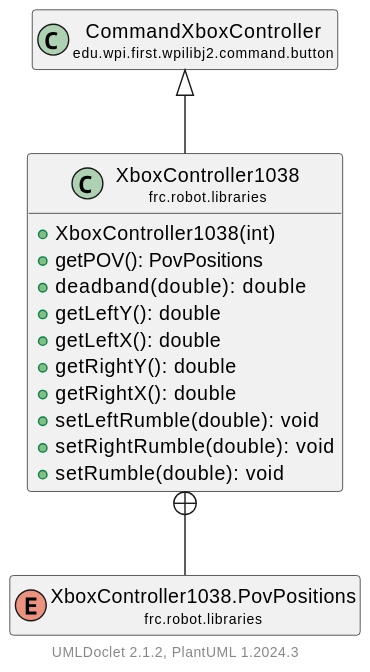
Above: docs/uml/frc/robot/libraries/XboxController1038.svg in LakotaRobotics1038/2026RobotProject (PlantUML), before the change.
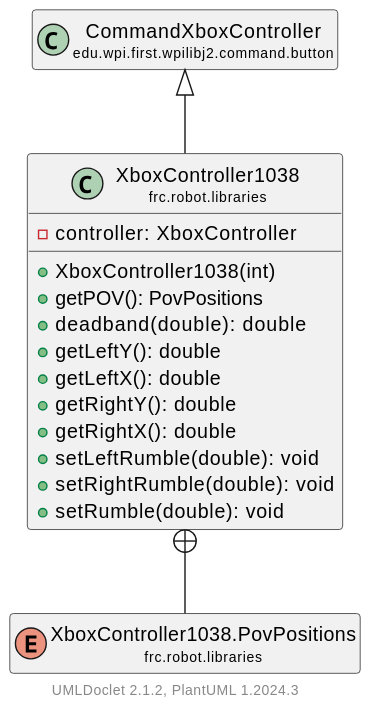
Later version of the same file.

Diff of the diagram source:
```diff
@@ -4,6 +4,7 @@
     hide empty methods
 
     class "<size:14>XboxController1038\n<size:10>frc.robot.libraries" as frc.robot.libraries.XboxController1038 [[XboxController1038.html]] {
+        -controller: XboxController
         +XboxController1038(int)
         +getPOV(): PovPositions
         +deadband(double): double
```
